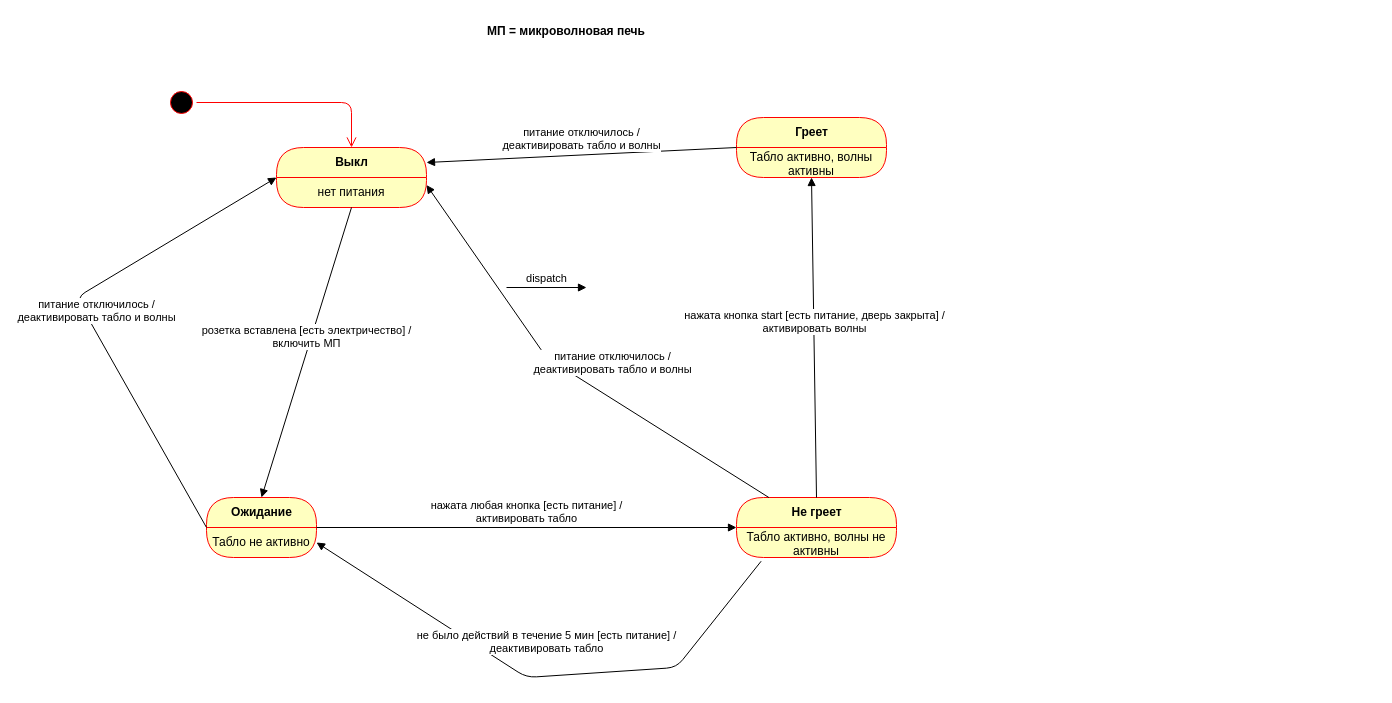
Above: pw02-diagrams/Задание5.ДиаграммаКонечныхАвтоматов.Сурков.drawio in maximumSHOT-HSE/SD (draw.io), before the change. Source tidied: cells renumbered, new cells numbered last; positions are measured from the earlier drawing's top-left corner, leaving out a move shared by most shapes. Both pictures are drawn from the tidied source at 100%, with x=0, y=0 at pixel (76, 17).
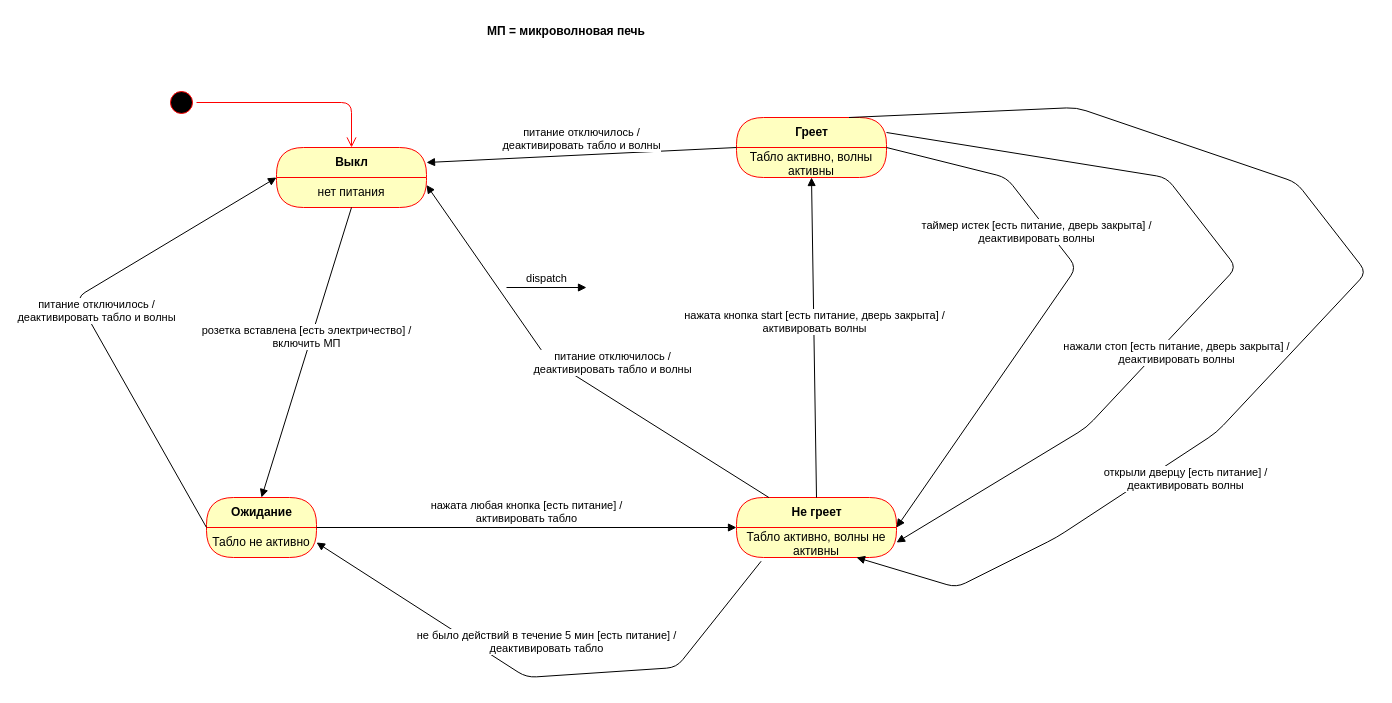
The same diagram, later.

The change refers to these unchanged cells:
```xml
<mxCell id="4" value="Греет" style="swimlane;html=1;fontStyle=1;align=center;verticalAlign=middle;horizontal=1;startSize=30;fontColor=#000000;rounded=1;arcSize=30;strokeColor=#ff0000;fillColor=#ffffc0;swimlaneFillColor=#ffffc0;" parent="1" vertex="1">
  <mxGeometry x="660" y="100" width="150" height="60" as="geometry" />
</mxCell>
<mxCell id="5" value="Табло активно, волны активны" style="text;html=1;strokeColor=none;fillColor=none;align=center;verticalAlign=middle;spacingLeft=4;spacingRight=4;whiteSpace=wrap;overflow=hidden;fontColor=#000000;" parent="4" vertex="1">
  <mxGeometry y="30" width="150" height="30" as="geometry" />
</mxCell>
<mxCell id="6" value="Не греет" style="swimlane;html=1;fontStyle=1;align=center;verticalAlign=middle;horizontal=1;startSize=30;fontColor=#000000;rounded=1;arcSize=30;strokeColor=#ff0000;fillColor=#ffffc0;swimlaneFillColor=#ffffc0;" parent="1" vertex="1">
  <mxGeometry x="660" y="480" width="160" height="60" as="geometry" />
</mxCell>
<mxCell id="7" value="Табло активно, волны не активны" style="text;html=1;strokeColor=none;fillColor=none;align=center;verticalAlign=middle;spacingLeft=4;spacingRight=4;whiteSpace=wrap;overflow=hidden;fontColor=#000000;" parent="6" vertex="1">
  <mxGeometry y="30" width="160" height="30" as="geometry" />
</mxCell>
```

Diff of the diagram source:
```diff
@@
+    <mxCell id="21" value="таймер истек [есть питание, дверь закрыта] /&lt;br&gt;деактивировать волны" style="html=1;verticalAlign=bottom;endArrow=block;exitX=1;exitY=0;exitDx=0;exitDy=0;entryX=1;entryY=0.5;entryDx=0;entryDy=0;" parent="1" edge="1" source="5" target="6">
+      <mxGeometry x="-0.29" y="-19" relative="1" as="geometry">
+        <Array as="points">
+          <mxPoint x="930" y="160" />
+          <mxPoint x="1000" y="250" />
+        </Array>
+      </mxGeometry>
+    </mxCell>
+    <mxCell id="22" value="нажали стоп [есть питание, дверь закрыта] /&lt;br&gt;деактивировать волны" style="html=1;verticalAlign=bottom;endArrow=block;exitX=1;exitY=0.25;exitDx=0;exitDy=0;entryX=1;entryY=0.5;entryDx=0;entryDy=0;" parent="1" edge="1" source="4" target="7">
+      <mxGeometry x="0.22" y="25" relative="1" as="geometry">
+        <Array as="points">
+          <mxPoint x="1090" y="160" />
+          <mxPoint x="1160" y="250" />
+          <mxPoint x="1010" y="410" />
+        </Array>
+      </mxGeometry>
+    </mxCell>
+    <mxCell id="23" value="открыли дверцу [есть питание] /&lt;br&gt;деактивировать волны" style="html=1;verticalAlign=bottom;endArrow=block;exitX=0.75;exitY=0;exitDx=0;exitDy=0;entryX=0.75;entryY=1;entryDx=0;entryDy=0;" parent="1" edge="1" source="4" target="7">
+      <mxGeometry x="0.42" y="35" relative="1" as="geometry">
+        <Array as="points">
+          <mxPoint x="1000" y="90" />
+          <mxPoint x="1220" y="165" />
+          <mxPoint x="1290" y="255" />
+          <mxPoint x="1140" y="415" />
+          <mxPoint x="980" y="520" />
+          <mxPoint x="880" y="570" />
+        </Array>
+      </mxGeometry>
+    </mxCell>
```
